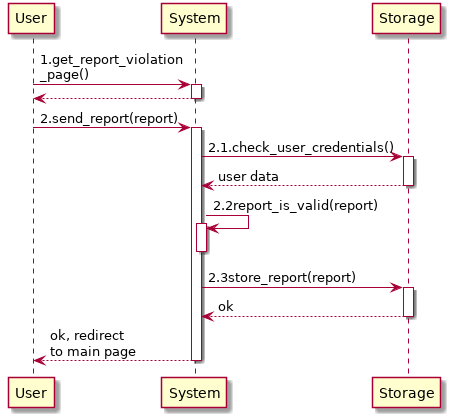
GiorgioUghini/SafeStreets keeps this PlantUML diagram as RASD/images/useCases/creation_of_new_report.png. Above is the earlier version.
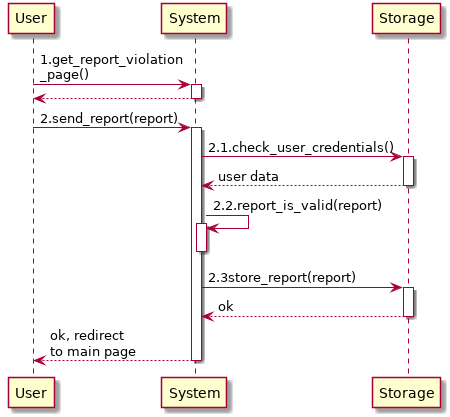
The same diagram one commit later.

Change to the diagram source:
```diff
@@ -10,7 +10,7 @@
     U -> S: 2.send_report(report)
     S -> ST: 2.1.check_user_credentials()
     return user data
-    S -> S: 2.2report_is_valid(report)
+    S -> S: 2.2.report_is_valid(report)
     deactivate S
     S -> ST: 2.3store_report(report)
     return ok
```
